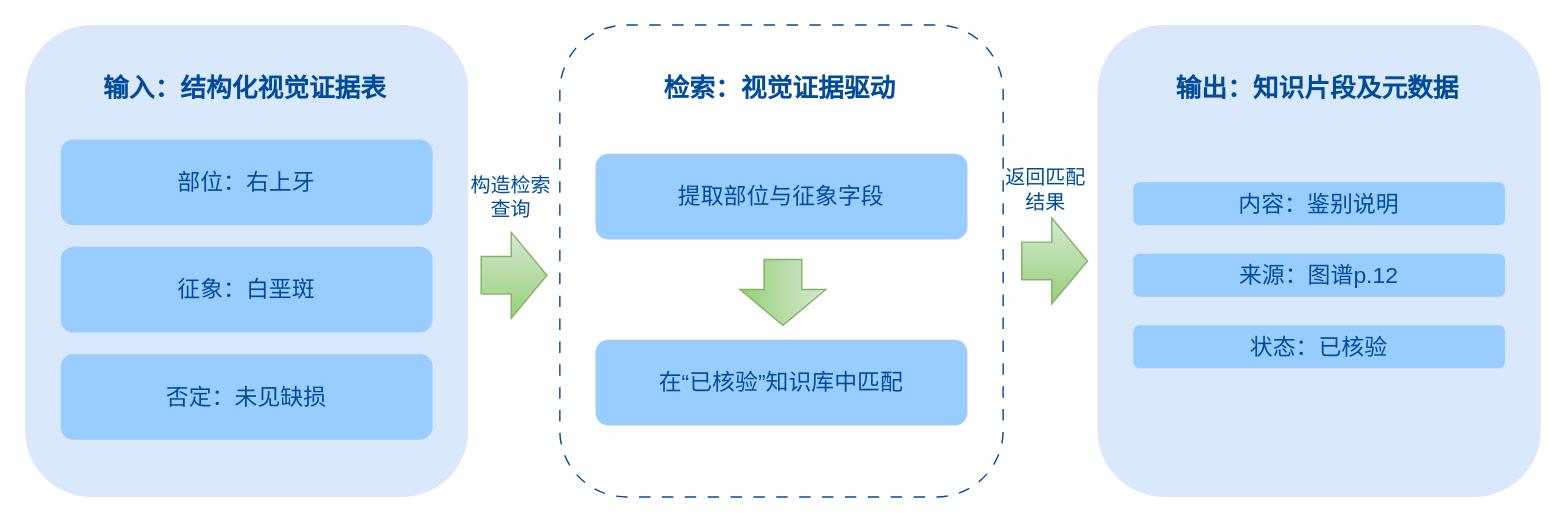
The draw.io diagram ThesisProposal/draft/开题报告-cc-v5/figures_v3/图9 视觉证据驱动检索流程图.drawio in XiaoHG/medical-report-generation, before the edit. Source tidied: cells renumbered, new cells numbered last; positions are measured from the earlier drawing's top-left corner, leaving out a move shared by most shapes. Both pictures are drawn from the tidied source at 143%, with x=0, y=0 at pixel (24, 24).
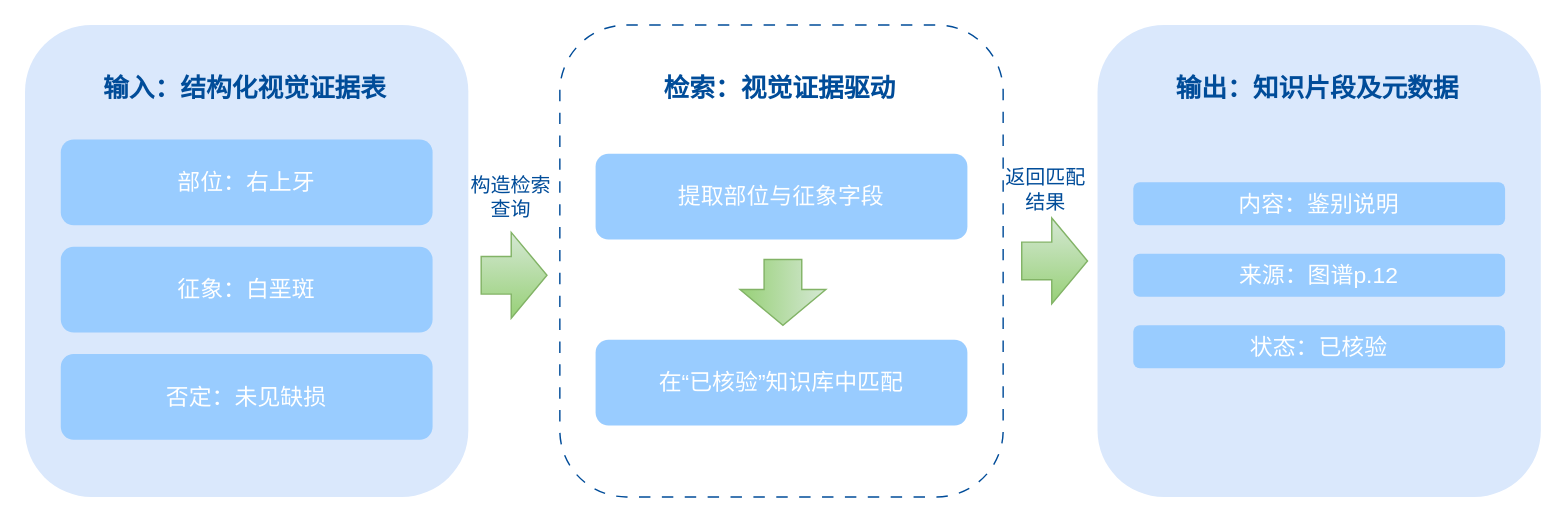
The same page after the edit.

Change to the diagram source:
```diff
@@
-    <mxCell id="3" value="部位：右上牙" style="rounded=1;whiteSpace=wrap;html=1;fontSize=16;strokeColor=none;dashed=1;fillColor=#99CCFF;fontColor=#004C99;" parent="1" vertex="1">
+    <mxCell id="3" value="部位：右上牙" style="rounded=1;whiteSpace=wrap;html=1;fontSize=16;strokeColor=none;dashed=1;fillColor=#99CCFF;fontColor=#FFFFFF;" parent="1" vertex="1">
       <mxGeometry x="25" y="80" width="260" height="60" as="geometry" />
     </mxCell>
-    <mxCell id="4" value="征象：白垩斑" style="rounded=1;whiteSpace=wrap;html=1;fontSize=16;strokeColor=none;dashed=1;fillColor=#99CCFF;fontColor=#004C99;" parent="1" vertex="1">
+    <mxCell id="4" value="征象：白垩斑" style="rounded=1;whiteSpace=wrap;html=1;fontSize=16;strokeColor=none;dashed=1;fillColor=#99CCFF;fontColor=#FFFFFF;" parent="1" vertex="1">
       <mxGeometry x="25" y="155" width="260" height="60" as="geometry" />
     </mxCell>
-    <mxCell id="5" value="否定：未见缺损" style="rounded=1;whiteSpace=wrap;html=1;fontSize=16;strokeColor=none;dashed=1;fillColor=#99CCFF;fontColor=#004C99;" parent="1" vertex="1">
+    <mxCell id="5" value="否定：未见缺损" style="rounded=1;whiteSpace=wrap;html=1;fontSize=16;strokeColor=none;dashed=1;fillColor=#99CCFF;fontColor=#FFFFFF;" parent="1" vertex="1">
       <mxGeometry x="25" y="230" width="260" height="60" as="geometry" />
     </mxCell>
@@
-    <mxCell id="8" value="提取部位与征象字段" style="rounded=1;whiteSpace=wrap;html=1;fontSize=16;strokeColor=none;dashed=1;fillColor=#99CCFF;fontColor=#004C99;" parent="1" vertex="1">
+    <mxCell id="8" value="提取部位与征象字段" style="rounded=1;whiteSpace=wrap;html=1;fontSize=16;strokeColor=none;dashed=1;fillColor=#99CCFF;fontColor=#FFFFFF;" parent="1" vertex="1">
       <mxGeometry x="399" y="90" width="260" height="60" as="geometry" />
     </mxCell>
-    <mxCell id="9" value="在“已核验”知识库中匹配" style="rounded=1;whiteSpace=wrap;html=1;fontSize=16;strokeColor=none;dashed=1;fillColor=#99CCFF;fontColor=#004C99;" parent="1" vertex="1">
+    <mxCell id="9" value="在“已核验”知识库中匹配" style="rounded=1;whiteSpace=wrap;html=1;fontSize=16;strokeColor=none;dashed=1;fillColor=#99CCFF;fontColor=#FFFFFF;" parent="1" vertex="1">
       <mxGeometry x="399" y="220" width="260" height="60" as="geometry" />
     </mxCell>
@@
-    <mxCell id="13" value="内容：鉴别说明" style="rounded=1;whiteSpace=wrap;html=1;fontSize=16;strokeColor=none;dashed=1;fillColor=#99CCFF;fontColor=#004C99;" parent="1" vertex="1">
+    <mxCell id="13" value="内容：鉴别说明" style="rounded=1;whiteSpace=wrap;html=1;fontSize=16;strokeColor=none;dashed=1;fillColor=#99CCFF;fontColor=#FFFFFF;" parent="1" vertex="1">
       <mxGeometry x="775" y="110" width="260" height="30" as="geometry" />
     </mxCell>
-    <mxCell id="14" value="来源：图谱p.12" style="rounded=1;whiteSpace=wrap;html=1;fontSize=16;strokeColor=none;dashed=1;fillColor=#99CCFF;fontColor=#004C99;" parent="1" vertex="1">
+    <mxCell id="14" value="来源：图谱p.12" style="rounded=1;whiteSpace=wrap;html=1;fontSize=16;strokeColor=none;dashed=1;fillColor=#99CCFF;fontColor=#FFFFFF;" parent="1" vertex="1">
       <mxGeometry x="775" y="160" width="260" height="30" as="geometry" />
     </mxCell>
@@
-    <mxCell id="16" value="状态：已核验" style="rounded=1;whiteSpace=wrap;html=1;fontSize=16;strokeColor=none;dashed=1;fillColor=#99CCFF;fontColor=#004C99;" parent="1" vertex="1">
+    <mxCell id="16" value="状态：已核验" style="rounded=1;whiteSpace=wrap;html=1;fontSize=16;strokeColor=none;dashed=1;fillColor=#99CCFF;fontColor=#FFFFFF;" parent="1" vertex="1">
       <mxGeometry x="775" y="210" width="260" height="30" as="geometry" />
     </mxCell>
```
